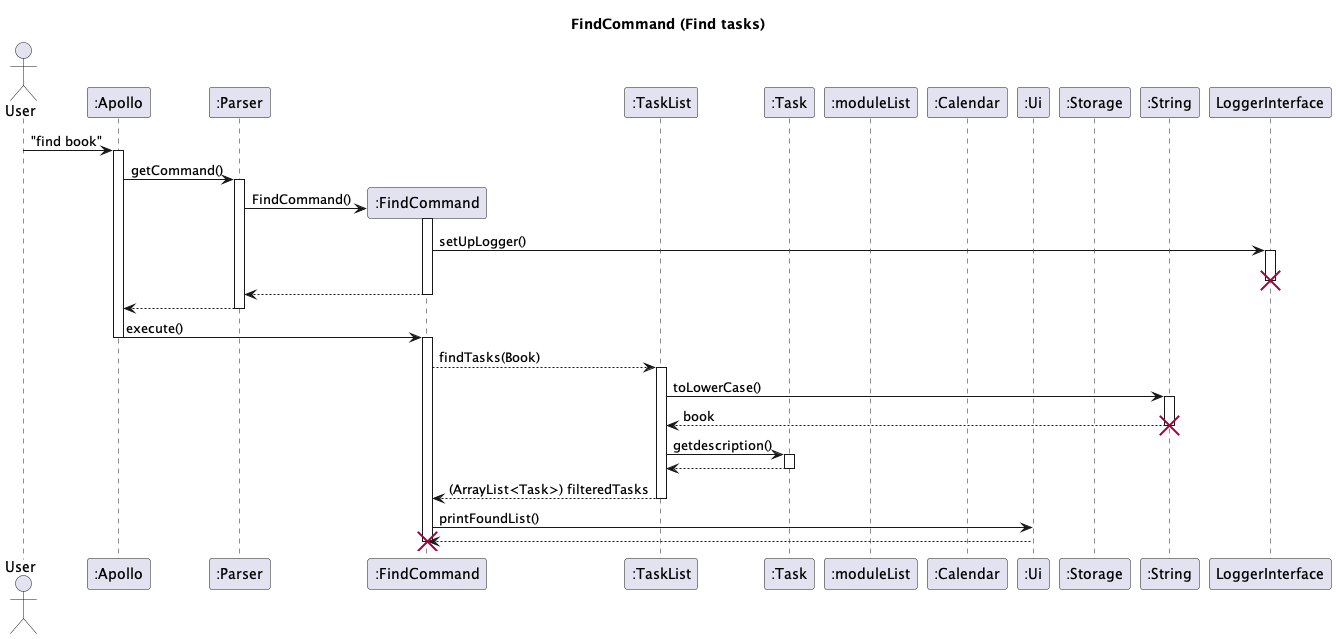
nus-cs2113-AY2223S2/tp keeps this PlantUML diagram as docs/uml-diagrams/FindCommand-FindCommand__Find_tasks_.png. Above is the earlier version. Its diagram source:
```plantuml
@startuml
title FindCommand (Find tasks)

actor User
participant ":Apollo" as Apollo
participant ":Parser" as Parser
participant ":FindCommand" as Find
participant ":TaskList" as TaskList
participant ":Task" as Task
participant ":moduleList" as ModuleList
participant ":Calendar" as Calendar
participant ":Ui" as Ui
participant ":Storage" as Storage
participant ":String" as String

User -> Apollo : "find book"
activate Apollo
Apollo -> Parser : getCommand()
activate Parser
Parser -> Find** : FindCommand()
Find++
Find -> LoggerInterface : setUpLogger()

activate LoggerInterface
deactivate LoggerInterface
destroy LoggerInterface
return
return

Apollo -> Find : execute()
Apollo --
activate Find
Find --> TaskList : findTasks(Book)
activate TaskList
TaskList -> String : toLowerCase()
activate String
String --> TaskList : book
deactivate String
destroy String
TaskList -> Task : getdescription()
activate Task
Task --> TaskList
deactivate Task
TaskList --> Find: (ArrayList<Task>) filteredTasks
deactivate TaskList
Find -> Ui : printFoundList()
Ui --> Find
destroy Find













@enduml
```
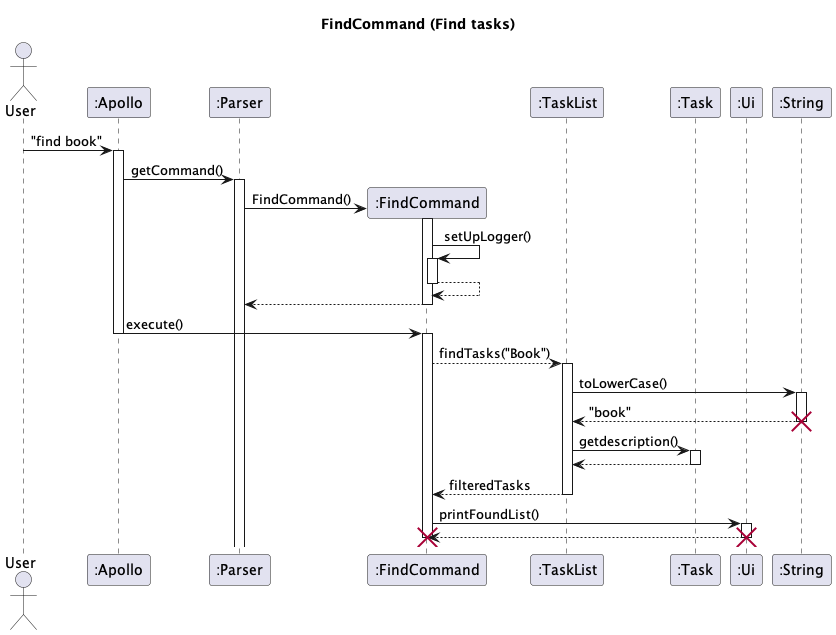
After the change.

Change to the diagram source:
```diff
@@ -7,10 +7,7 @@
 participant ":FindCommand" as Find
 participant ":TaskList" as TaskList
 participant ":Task" as Task
-participant ":moduleList" as ModuleList
-participant ":Calendar" as Calendar
 participant ":Ui" as Ui
-participant ":Storage" as Storage
 participant ":String" as String
 
 User -> Apollo : "find book"
@@ -19,32 +16,33 @@
 activate Parser
 Parser -> Find** : FindCommand()
 Find++
-Find -> LoggerInterface : setUpLogger()
+Find -> Find++ : setUpLogger()
 
-activate LoggerInterface
-deactivate LoggerInterface
-destroy LoggerInterface
+
 return
 return
 
 Apollo -> Find : execute()
 Apollo --
 activate Find
-Find --> TaskList : findTasks(Book)
+Find --> TaskList : findTasks("Book")
 activate TaskList
 TaskList -> String : toLowerCase()
 activate String
-String --> TaskList : book
+String --> TaskList : "book"
 deactivate String
 destroy String
 TaskList -> Task : getdescription()
 activate Task
 Task --> TaskList
 deactivate Task
-TaskList --> Find: (ArrayList<Task>) filteredTasks
+TaskList --> Find: filteredTasks
 deactivate TaskList
 Find -> Ui : printFoundList()
+activate Ui
 Ui --> Find
+deactivate Ui
+destroy Ui
 destroy Find
 
 
```
